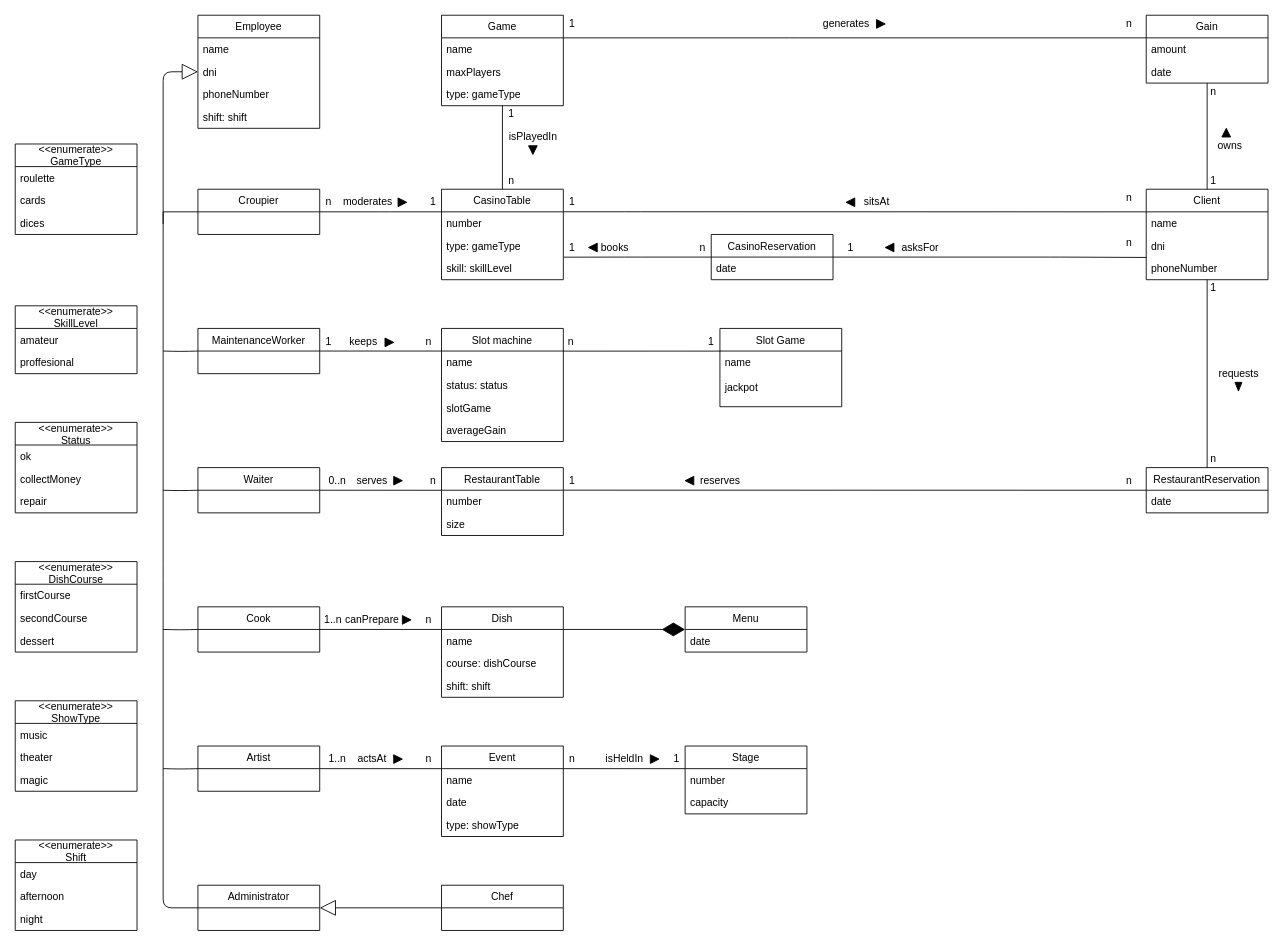
This is Umls/diagramaUMLAct.drawio from gii-is-DP1/dp1-2020-g1-07, a draw.io file, before an edit. Source tidied: cells renumbered, new cells numbered last; positions are measured from the earlier drawing's top-left corner, leaving out a move shared by most shapes. Both pictures are drawn from the tidied source at 87%, with x=0, y=0 at pixel (15, 15).
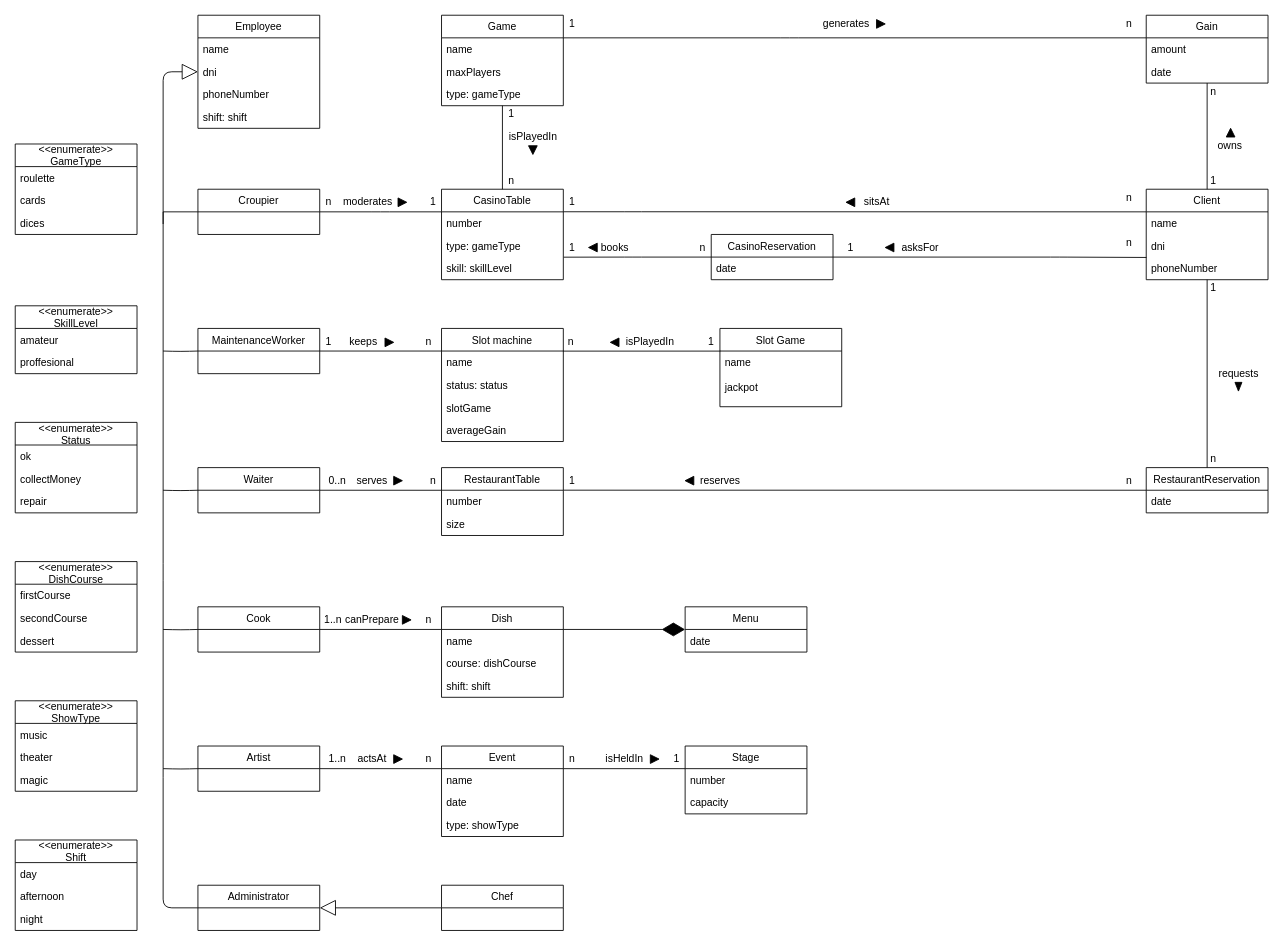
After the change.

Diff of the diagram source:
```diff
@@
     <mxCell id="98" style="triangle;whiteSpace=wrap;html=1;fillColor=#000000;direction=north;" parent="1" vertex="1">
-      <mxGeometry x="1387" y="130" width="10" height="10" as="geometry" />
+      <mxGeometry x="1392" y="130" width="10" height="10" as="geometry" />
     </mxCell>
@@
+    <mxCell id="161" value="isPlayedIn" style="text;html=1;strokeColor=none;fillColor=none;align=center;verticalAlign=middle;whiteSpace=wrap;rounded=0;" parent="1" vertex="1">
+      <mxGeometry x="710" y="365" width="40" height="20" as="geometry" />
+    </mxCell>
+    <mxCell id="162" style="triangle;whiteSpace=wrap;html=1;fillColor=#000000;direction=west;" parent="1" vertex="1">
+      <mxGeometry x="684" y="371" width="10" height="10" as="geometry" />
+    </mxCell>
```
